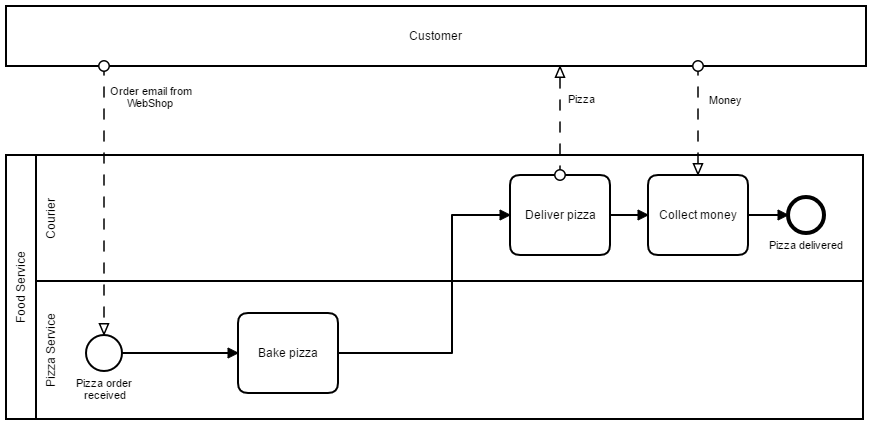
DigiBP/digibp-food-inc keeps this BPMN diagram as images/pizza-service-strategic.png. Above is the earlier version. Its source is kept beside it as modelling/pizza-service/pizza-service-strategic.bpmn. Ids are renumbered.
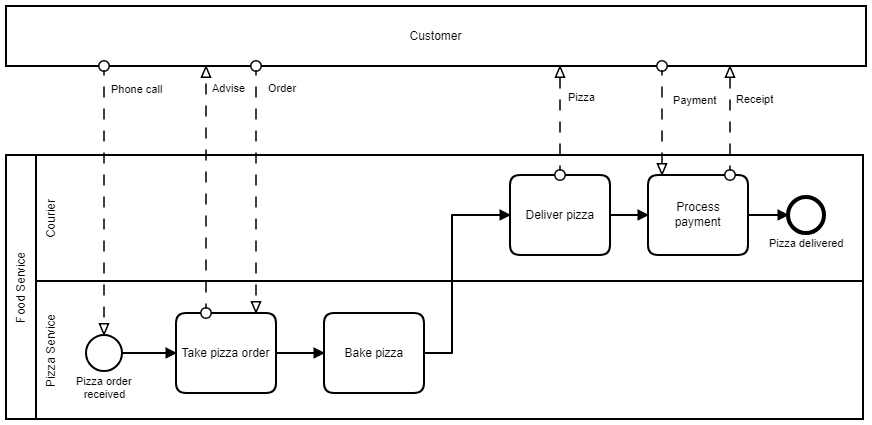
The same file after the commit.

Diff of the diagram source:
```diff
@@ -1,17 +1,21 @@
-<bpmn:definitions xmlns:bpmn="http://www.omg.org/spec/BPMN/20100524/MODEL" xmlns:bpmndi="http://www.omg.org/spec/BPMN/20100524/DI" xmlns:di="http://www.omg.org/spec/DD/20100524/DI" xmlns:dc="http://www.omg.org/spec/DD/20100524/DC" xmlns:xsi="http://www.w3.org/2001/XMLSchema-instance" id="Definitions_1" targetNamespace="http://bpmn.io/schema/bpmn" exporter="Camunda Modeler" exporterVersion="1.11.3">
+<bpmn:definitions xmlns:bpmn="http://www.omg.org/spec/BPMN/20100524/MODEL" xmlns:bpmndi="http://www.omg.org/spec/BPMN/20100524/DI" xmlns:di="http://www.omg.org/spec/DD/20100524/DI" xmlns:dc="http://www.omg.org/spec/DD/20100524/DC" xmlns:xsi="http://www.w3.org/2001/XMLSchema-instance" id="Definitions_1" targetNamespace="http://bpmn.io/schema/bpmn" exporter="Camunda Modeler" exporterVersion="2.2.4">
   <bpmn:collaboration id="Collaboration_n1">
-    <bpmn:participant id="Participant_n2" name="Food Service" processRef="Process_1" />
+    <bpmn:participant id="Participant_n2" name="Food Service" processRef="Process_pizza-service-strategic" />
     <bpmn:participant id="Participant_n3" name="Customer" />
-    <bpmn:messageFlow id="MessageFlow_n4" name="Order email from WebShop" sourceRef="Participant_n3" targetRef="StartEvent_n5" />
+    <bpmn:messageFlow id="MessageFlow_n4" name="Phone call" sourceRef="Participant_n3" targetRef="StartEvent_n5" />
+    <bpmn:messageFlow id="MessageFlow_n18" name="Order" sourceRef="Participant_n3" targetRef="Task_n19" />
     <bpmn:messageFlow id="MessageFlow_n6" name="Pizza" sourceRef="Task_n7" targetRef="Participant_n3" />
-    <bpmn:messageFlow id="MessageFlow_n8" name="Money" sourceRef="Participant_n3" targetRef="Task_n9" />
+    <bpmn:messageFlow id="MessageFlow_n8" name="Payment" sourceRef="Participant_n3" targetRef="Task_n9" />
+    <bpmn:messageFlow id="MessageFlow_n20" name="Advise" sourceRef="Task_n19" targetRef="Participant_n3" />
+    <bpmn:messageFlow id="MessageFlow_n21" name="Receipt" sourceRef="Task_n9" targetRef="Participant_n3" />
   </bpmn:collaboration>
-  <bpmn:process id="Process_1" isExecutable="true">
+  <bpmn:process id="Process_pizza-service-strategic" isExecutable="false">
     <bpmn:laneSet>
       <bpmn:lane id="Lane_n10" name="Pizza Service">
+        <bpmn:flowNodeRef>Task_n19</bpmn:flowNodeRef>
+        <bpmn:flowNodeRef>Task_n11</bpmn:flowNodeRef>
         <bpmn:flowNodeRef>StartEvent_n5</bpmn:flowNodeRef>
-        <bpmn:flowNodeRef>Task_n11</bpmn:flowNodeRef>
-        <bpmn:childLaneSet xsi:type="bpmn:tLaneSet" />
+        <bpmn:childLaneSet />
       </bpmn:lane>
       <bpmn:lane id="Lane_n12" name="Courier">
         <bpmn:flowNodeRef>Task_n9</bpmn:flowNodeRef>
@@ -20,7 +24,7 @@
       </bpmn:lane>
     </bpmn:laneSet>
     <bpmn:sequenceFlow id="SequenceFlow_n14" sourceRef="Task_n11" targetRef="Task_n7" />
-    <bpmn:task id="Task_n9" name="Collect money">
+    <bpmn:task id="Task_n9" name="Process payment">
       <bpmn:incoming>SequenceFlow_n15</bpmn:incoming>
       <bpmn:outgoing>SequenceFlow_n16</bpmn:outgoing>
     </bpmn:task>
@@ -34,13 +38,18 @@
     </bpmn:endEvent>
     <bpmn:sequenceFlow id="SequenceFlow_n16" sourceRef="Task_n9" targetRef="EndEvent_n13" />
     <bpmn:startEvent id="StartEvent_n5" name="Pizza order received">
-      <bpmn:outgoing>SequenceFlow_n17</bpmn:outgoing>
+      <bpmn:outgoing>SequenceFlow_n22</bpmn:outgoing>
     </bpmn:startEvent>
-    <bpmn:sequenceFlow id="SequenceFlow_n17" sourceRef="StartEvent_n5" targetRef="Task_n11" />
+    <bpmn:task id="Task_n19" name="Take pizza order">
+      <bpmn:incoming>SequenceFlow_n22</bpmn:incoming>
+      <bpmn:outgoing>SequenceFlow_n23</bpmn:outgoing>
+    </bpmn:task>
     <bpmn:task id="Task_n11" name="Bake pizza">
-      <bpmn:incoming>SequenceFlow_n17</bpmn:incoming>
+      <bpmn:incoming>SequenceFlow_n23</bpmn:incoming>
       <bpmn:outgoing>SequenceFlow_n14</bpmn:outgoing>
     </bpmn:task>
+    <bpmn:sequenceFlow id="SequenceFlow_n22" sourceRef="StartEvent_n5" targetRef="Task_n19" />
+    <bpmn:sequenceFlow id="SequenceFlow_n23" sourceRef="Task_n19" targetRef="Task_n11" />
   </bpmn:process>
   <bpmndi:BPMNDiagram id="BPMNDiagram_1">
     <bpmndi:BPMNPlane id="BPMNPlane_1" bpmnElement="Collaboration_n1">
@@ -62,34 +71,62 @@
           <dc:Bounds x="186" y="402" width="57" height="24" />
         </bpmndi:BPMNLabel>
       </bpmndi:BPMNShape>
+      <bpmndi:BPMNShape id="Task_n19_di" bpmnElement="Task_n19">
+        <dc:Bounds x="286" y="340" width="100" height="80" />
+      </bpmndi:BPMNShape>
+      <bpmndi:BPMNEdge id="SequenceFlow_n22_di" bpmnElement="SequenceFlow_n22">
+        <di:waypoint x="232" y="380" />
+        <di:waypoint x="259" y="380" />
+        <di:waypoint x="259" y="380" />
+        <di:waypoint x="286" y="380" />
+        <bpmndi:BPMNLabel>
+          <dc:Bounds x="274" y="374" width="0" height="12" />
+        </bpmndi:BPMNLabel>
+      </bpmndi:BPMNEdge>
       <bpmndi:BPMNEdge id="MessageFlow_n4_di" bpmnElement="MessageFlow_n4">
-        <di:waypoint xsi:type="dc:Point" x="214" y="93" />
-        <di:waypoint xsi:type="dc:Point" x="214" y="362" />
+        <di:waypoint x="214" y="93" />
+        <di:waypoint x="214" y="362" />
         <bpmndi:BPMNLabel>
-          <dc:Bounds x="220" y="110" width="82" height="24" />
+          <dc:Bounds x="221" y="109.63430420711975" width="51" height="12" />
+        </bpmndi:BPMNLabel>
+      </bpmndi:BPMNEdge>
+      <bpmndi:BPMNEdge id="MessageFlow_n18_di" bpmnElement="MessageFlow_n18">
+        <di:waypoint x="366" y="93" />
+        <di:waypoint x="366" y="340" />
+        <bpmndi:BPMNLabel>
+          <dc:Bounds x="378" y="109.37630662020906" width="30" height="12" />
         </bpmndi:BPMNLabel>
       </bpmndi:BPMNEdge>
       <bpmndi:BPMNShape id="Task_n11_di" bpmnElement="Task_n11">
-        <dc:Bounds x="348" y="340" width="100" height="80" />
+        <dc:Bounds x="434" y="340" width="100" height="80" />
       </bpmndi:BPMNShape>
+      <bpmndi:BPMNEdge id="SequenceFlow_n23_di" bpmnElement="SequenceFlow_n23">
+        <di:waypoint x="386" y="380" />
+        <di:waypoint x="408" y="380" />
+        <di:waypoint x="408" y="380" />
+        <di:waypoint x="434" y="380" />
+        <bpmndi:BPMNLabel>
+          <dc:Bounds x="423" y="374" width="0" height="12" />
+        </bpmndi:BPMNLabel>
+      </bpmndi:BPMNEdge>
       <bpmndi:BPMNShape id="Task_n7_di" bpmnElement="Task_n7">
         <dc:Bounds x="620" y="202" width="100" height="80" />
       </bpmndi:BPMNShape>
       <bpmndi:BPMNEdge id="SequenceFlow_n14_di" bpmnElement="SequenceFlow_n14">
-        <di:waypoint xsi:type="dc:Point" x="448" y="380" />
-        <di:waypoint xsi:type="dc:Point" x="562" y="380" />
-        <di:waypoint xsi:type="dc:Point" x="562" y="242" />
-        <di:waypoint xsi:type="dc:Point" x="620" y="242" />
+        <di:waypoint x="534" y="380" />
+        <di:waypoint x="562" y="380" />
+        <di:waypoint x="562" y="242" />
+        <di:waypoint x="620" y="242" />
         <bpmndi:BPMNLabel>
-          <dc:Bounds x="532" y="305" width="90" height="12" />
+          <dc:Bounds x="577" y="305" width="0" height="12" />
         </bpmndi:BPMNLabel>
       </bpmndi:BPMNEdge>
       <bpmndi:BPMNShape id="Task_n9_di" bpmnElement="Task_n9">
         <dc:Bounds x="758" y="202" width="100" height="80" />
       </bpmndi:BPMNShape>
       <bpmndi:BPMNEdge id="SequenceFlow_n15_di" bpmnElement="SequenceFlow_n15">
-        <di:waypoint xsi:type="dc:Point" x="720" y="242" />
-        <di:waypoint xsi:type="dc:Point" x="758" y="242" />
+        <di:waypoint x="720" y="242" />
+        <di:waypoint x="758" y="242" />
         <bpmndi:BPMNLabel>
           <dc:Bounds x="739" y="221" width="0" height="12" />
         </bpmndi:BPMNLabel>
@@ -101,31 +138,38 @@
         </bpmndi:BPMNLabel>
       </bpmndi:BPMNShape>
       <bpmndi:BPMNEdge id="SequenceFlow_n16_di" bpmnElement="SequenceFlow_n16">
-        <di:waypoint xsi:type="dc:Point" x="858" y="242" />
-        <di:waypoint xsi:type="dc:Point" x="898" y="242" />
+        <di:waypoint x="858" y="242" />
+        <di:waypoint x="898" y="242" />
         <bpmndi:BPMNLabel>
           <dc:Bounds x="878" y="221" width="0" height="12" />
         </bpmndi:BPMNLabel>
       </bpmndi:BPMNEdge>
       <bpmndi:BPMNEdge id="MessageFlow_n6_di" bpmnElement="MessageFlow_n6">
-        <di:waypoint xsi:type="dc:Point" x="670" y="202" />
-        <di:waypoint xsi:type="dc:Point" x="670" y="93" />
+        <di:waypoint x="670" y="202" />
+        <di:waypoint x="670" y="93" />
         <bpmndi:BPMNLabel>
           <dc:Bounds x="678" y="118" width="27" height="12" />
         </bpmndi:BPMNLabel>
       </bpmndi:BPMNEdge>
       <bpmndi:BPMNEdge id="MessageFlow_n8_di" bpmnElement="MessageFlow_n8">
-        <di:waypoint xsi:type="dc:Point" x="808" y="93" />
-        <di:waypoint xsi:type="dc:Point" x="808" y="202" />
+        <di:waypoint x="772" y="93" />
+        <di:waypoint x="772" y="202" />
         <bpmndi:BPMNLabel>
-          <dc:Bounds x="819" y="119" width="33" height="12" />
+          <dc:Bounds x="783" y="121" width="45" height="14" />
         </bpmndi:BPMNLabel>
       </bpmndi:BPMNEdge>
-      <bpmndi:BPMNEdge id="SequenceFlow_n17_di" bpmnElement="SequenceFlow_n17">
-        <di:waypoint xsi:type="dc:Point" x="232" y="380" />
-        <di:waypoint xsi:type="dc:Point" x="348" y="380" />
+      <bpmndi:BPMNEdge id="MessageFlow_n20_di" bpmnElement="MessageFlow_n20">
+        <di:waypoint x="316" y="340" />
+        <di:waypoint x="316" y="93" />
         <bpmndi:BPMNLabel>
-          <dc:Bounds x="290" y="359" width="0" height="12" />
+          <dc:Bounds x="321" y="109.37630662020906" width="34" height="12" />
+        </bpmndi:BPMNLabel>
+      </bpmndi:BPMNEdge>
+      <bpmndi:BPMNEdge id="MessageFlow_n21_di" bpmnElement="MessageFlow_n21">
+        <di:waypoint x="840" y="202" />
+        <di:waypoint x="840" y="93" />
+        <bpmndi:BPMNLabel>
+          <dc:Bounds x="846" y="120" width="39" height="14" />
         </bpmndi:BPMNLabel>
       </bpmndi:BPMNEdge>
     </bpmndi:BPMNPlane>
```
